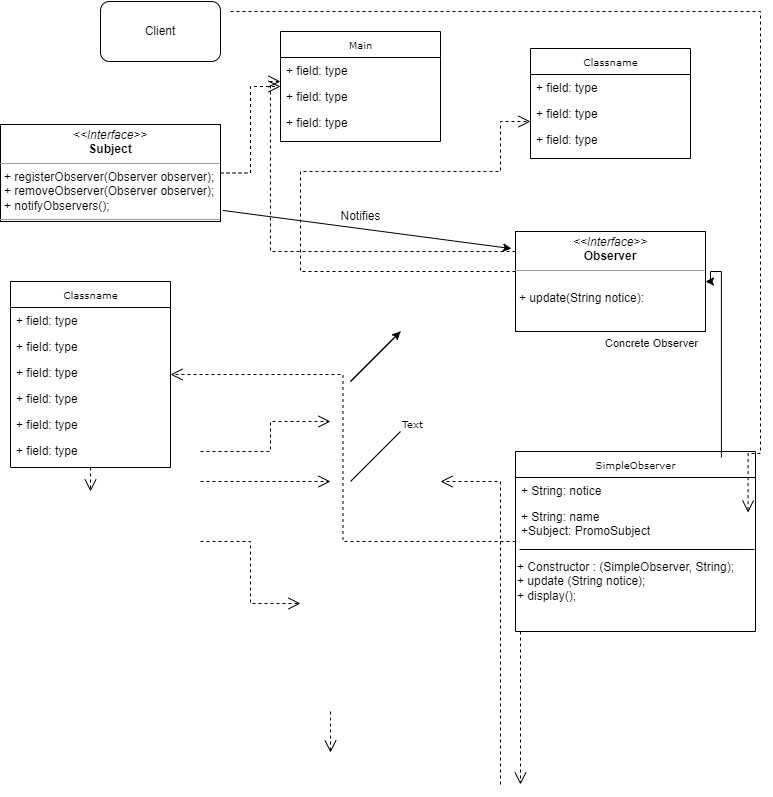
jimmyjazz31/CS665Assign5 keeps this draw.io diagram as Assign5Part1Class.drawio.png. Above is the earlier version. Source tidied: cells renumbered, new cells last; positions are measured from the earlier drawing's top-left corner, leaving out a move shared by most shapes.
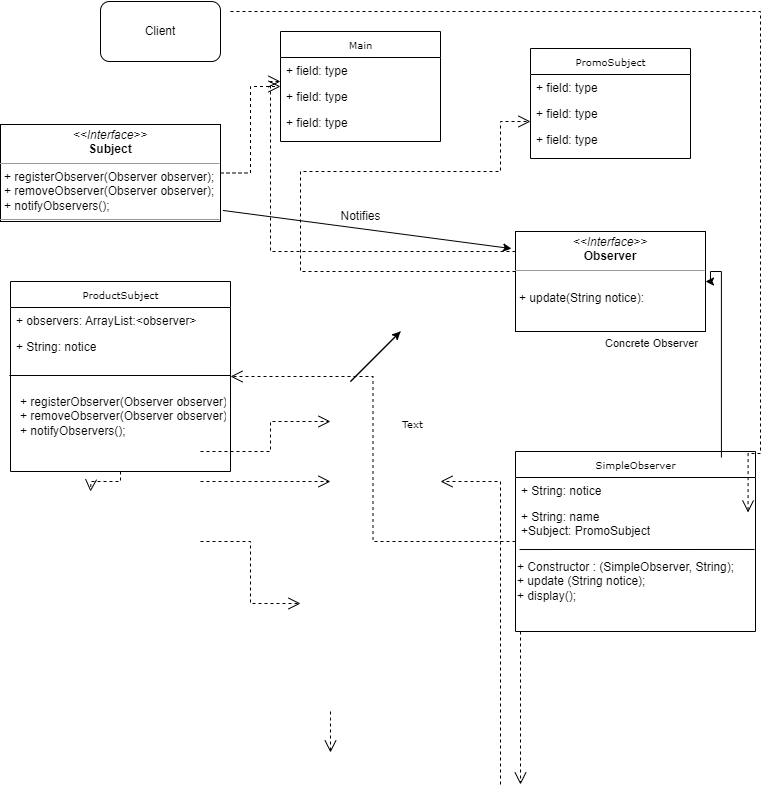
Later version of the same file.

Diff of the diagram source:
```diff
@@ -7,27 +7,18 @@
         <mxPoint x="90" y="490" as="targetPoint" />
       </mxGeometry>
     </mxCell>
-    <mxCell id="3" value="Classname" style="swimlane;html=1;fontStyle=0;horizontal=1;startSize=26;fillColor=none;swimlaneFillColor=#ffffff;rounded=0;shadow=0;comic=0;labelBackgroundColor=none;strokeWidth=1;fontFamily=Verdana;fontSize=10;align=center;" parent="1" vertex="1">
-      <mxGeometry x="10" y="280" width="160" height="186" as="geometry" />
+    <mxCell id="3" value="ProductSubject" style="swimlane;html=1;fontStyle=0;horizontal=1;startSize=26;fillColor=none;swimlaneFillColor=#ffffff;rounded=0;shadow=0;comic=0;labelBackgroundColor=none;strokeWidth=1;fontFamily=Verdana;fontSize=10;align=center;" parent="1" vertex="1">
+      <mxGeometry x="10" y="280" width="220" height="190" as="geometry" />
     </mxCell>
-    <mxCell id="4" value="+ field: type" style="text;html=1;strokeColor=none;fillColor=none;align=left;verticalAlign=top;spacingLeft=4;spacingRight=4;whiteSpace=wrap;overflow=hidden;" parent="3" vertex="1">
-      <mxGeometry y="26" width="160" height="26" as="geometry" />
+    <mxCell id="4" value="+ observers: ArrayList:&amp;lt;observer&amp;gt;" style="text;html=1;strokeColor=none;fillColor=none;align=left;verticalAlign=top;spacingLeft=4;spacingRight=4;whiteSpace=wrap;overflow=hidden;" parent="3" vertex="1">
+      <mxGeometry y="26" width="220" height="26" as="geometry" />
     </mxCell>
-    <mxCell id="5" value="+ field: type" style="text;html=1;strokeColor=none;fillColor=none;align=left;verticalAlign=top;spacingLeft=4;spacingRight=4;whiteSpace=wrap;overflow=hidden;" parent="3" vertex="1">
-      <mxGeometry y="52" width="160" height="26" as="geometry" />
+    <mxCell id="5" value="+ String: notice&lt;div&gt;&lt;br&gt;&lt;/div&gt;&lt;div&gt;&lt;span style=&quot;white-space: pre;&quot;&gt;&#9;&lt;/span&gt;&lt;br&gt;&lt;/div&gt;&lt;div&gt;&lt;br&gt;&lt;/div&gt;" style="text;html=1;strokeColor=none;fillColor=none;align=left;verticalAlign=top;spacingLeft=4;spacingRight=4;whiteSpace=wrap;overflow=hidden;" parent="3" vertex="1">
+      <mxGeometry y="52" width="220" height="26" as="geometry" />
     </mxCell>
-    <mxCell id="6" value="+ field: type" style="text;html=1;strokeColor=none;fillColor=none;align=left;verticalAlign=top;spacingLeft=4;spacingRight=4;whiteSpace=wrap;overflow=hidden;" parent="3" vertex="1">
-      <mxGeometry y="78" width="160" height="26" as="geometry" />
-    </mxCell>
-    <mxCell id="7" value="+ field: type" style="text;html=1;strokeColor=none;fillColor=none;align=left;verticalAlign=top;spacingLeft=4;spacingRight=4;whiteSpace=wrap;overflow=hidden;points=[[0,0.5],[1,0.5]];portConstraint=eastwest;" parent="3" vertex="1">
-      <mxGeometry y="104" width="160" height="26" as="geometry" />
+    <mxCell id="7" value="&lt;p style=&quot;text-wrap: nowrap; margin: 0px 0px 0px 4px;&quot;&gt;&lt;br&gt;&lt;/p&gt;&lt;p style=&quot;text-wrap: nowrap; margin: 0px 0px 0px 4px;&quot;&gt;&lt;br&gt;&lt;/p&gt;&lt;p style=&quot;text-wrap: nowrap; margin: 0px 0px 0px 4px;&quot;&gt;&lt;span style=&quot;background-color: initial;&quot;&gt;+ registerObserver(Observer observer);&lt;/span&gt;&lt;/p&gt;&lt;p style=&quot;text-wrap: nowrap; margin: 0px 0px 0px 4px;&quot;&gt;+ removeObserver(&lt;span style=&quot;background-color: initial;&quot;&gt;Observer observer&lt;/span&gt;&lt;span style=&quot;background-color: initial;&quot;&gt;);&lt;/span&gt;&lt;/p&gt;&lt;p style=&quot;text-wrap: nowrap; margin: 0px 0px 0px 4px;&quot;&gt;+ notifyObservers();&lt;/p&gt;" style="text;html=1;strokeColor=none;fillColor=none;align=left;verticalAlign=top;spacingLeft=4;spacingRight=4;whiteSpace=wrap;overflow=hidden;points=[[0,0.5],[1,0.5]];portConstraint=eastwest;" parent="3" vertex="1">
+      <mxGeometry y="78" width="220" height="92" as="geometry" />
     </mxCell>
-    <mxCell id="8" value="+ field: type" style="text;html=1;strokeColor=none;fillColor=none;align=left;verticalAlign=top;spacingLeft=4;spacingRight=4;whiteSpace=wrap;overflow=hidden;" parent="3" vertex="1">
-      <mxGeometry y="130" width="160" height="26" as="geometry" />
-    </mxCell>
-    <mxCell id="9" value="+ field: type" style="text;html=1;strokeColor=none;fillColor=none;align=left;verticalAlign=top;spacingLeft=4;spacingRight=4;whiteSpace=wrap;overflow=hidden;" parent="3" vertex="1">
-      <mxGeometry y="156" width="160" height="26" as="geometry" />
-    </mxCell>
     <mxCell id="10" value="Main" style="swimlane;html=1;fontStyle=0;horizontal=1;startSize=26;fillColor=none;swimlaneFillColor=#ffffff;rounded=0;shadow=0;comic=0;labelBackgroundColor=none;strokeWidth=1;fontFamily=Verdana;fontSize=10;align=center;" parent="1" vertex="1">
       <mxGeometry x="280" y="30" width="160" height="110" as="geometry" />
     </mxCell>
@@ -40,7 +31,7 @@
     <mxCell id="13" value="+ field: type" style="text;html=1;strokeColor=none;fillColor=none;align=left;verticalAlign=top;spacingLeft=4;spacingRight=4;whiteSpace=wrap;overflow=hidden;" parent="10" vertex="1">
       <mxGeometry y="78" width="160" height="26" as="geometry" />
     </mxCell>
-    <mxCell id="14" value="Classname" style="swimlane;html=1;fontStyle=0;horizontal=1;startSize=26;fillColor=none;swimlaneFillColor=#ffffff;rounded=0;shadow=0;comic=0;labelBackgroundColor=none;strokeWidth=1;fontFamily=Verdana;fontSize=10;align=center;" parent="1" vertex="1">
+    <mxCell id="14" value="PromoSubject" style="swimlane;html=1;fontStyle=0;horizontal=1;startSize=26;fillColor=none;swimlaneFillColor=#ffffff;rounded=0;shadow=0;comic=0;labelBackgroundColor=none;strokeWidth=1;fontFamily=Verdana;fontSize=10;align=center;" parent="1" vertex="1">
       <mxGeometry x="530" y="47" width="160" height="110" as="geometry" />
     </mxCell>
     <mxCell id="15" value="+ field: type" style="text;html=1;strokeColor=none;fillColor=none;align=left;verticalAlign=top;spacingLeft=4;spacingRight=4;whiteSpace=wrap;overflow=hidden;" parent="14" vertex="1">
@@ -197,10 +188,9 @@
     <mxCell id="43" value="Client" style="rounded=1;whiteSpace=wrap;html=1;" parent="1" vertex="1">
       <mxGeometry x="100" width="120" height="60" as="geometry" />
     </mxCell>
-    <mxCell id="44" style="endArrow=none;html=1;rounded=0;" parent="1" edge="1">
+    <mxCell id="44" style="endArrow=none;html=1;rounded=0;exitX=-0.005;exitY=0.174;exitDx=0;exitDy=0;exitPerimeter=0;" parent="1" edge="1" source="7">
       <mxGeometry relative="1" as="geometry">
-        <mxPoint x="350" y="480" as="sourcePoint" />
-        <mxPoint x="400" y="430" as="targetPoint" />
+        <mxPoint x="230" y="374" as="targetPoint" />
       </mxGeometry>
     </mxCell>
     <mxCell id="45" style="endArrow=none;html=1;rounded=0;" parent="1" edge="1">
```
